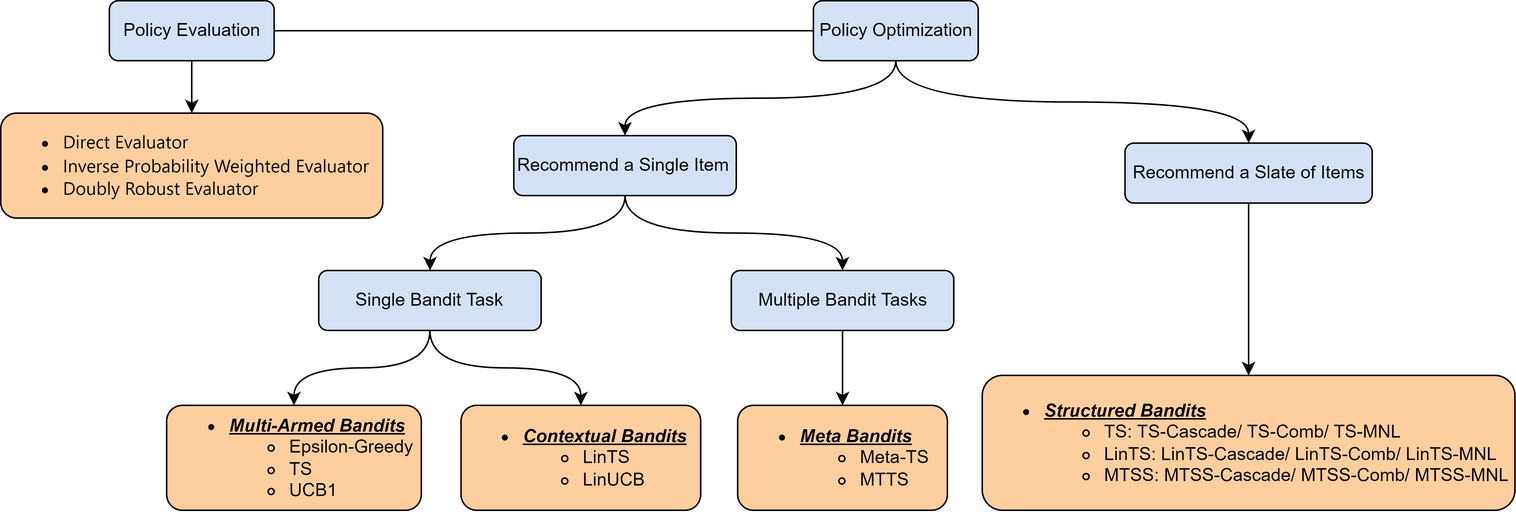
CausalDM/Causal-Decision-Making keeps this draw.io diagram as CPL_Paradigm4.png. Above is the earlier version. Source tidied: cells renumbered, new cells last; positions are measured from the earlier drawing's top-left corner, leaving out a move shared by most shapes.
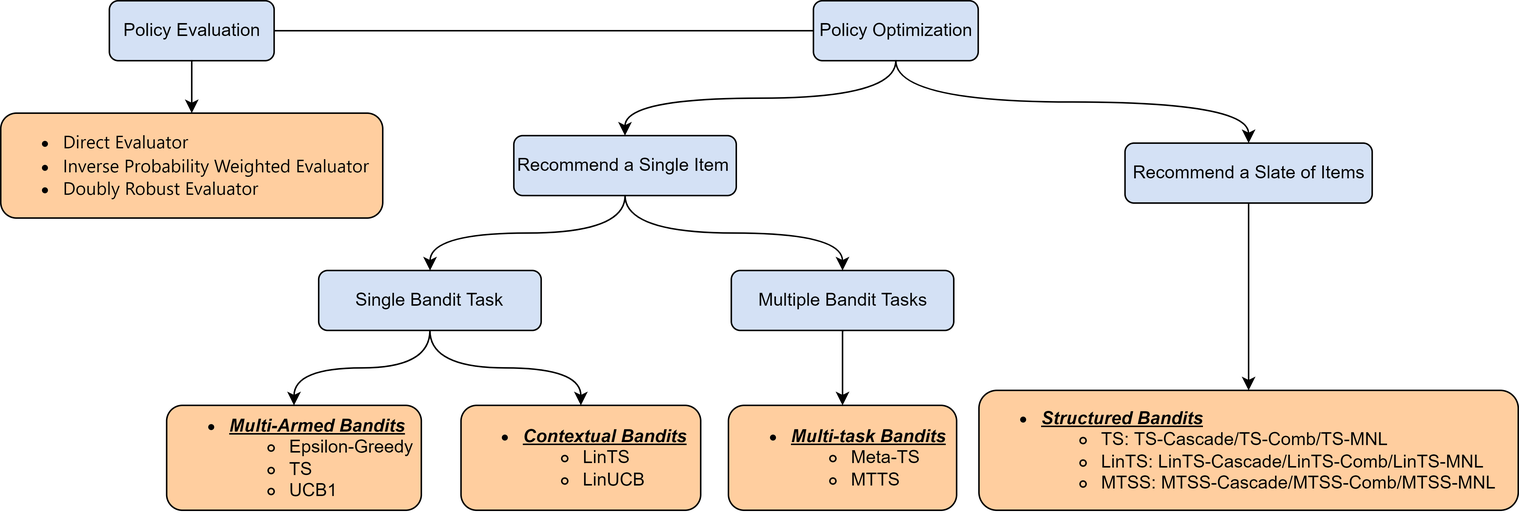
The same file after the commit.

Commit message:
meta bandit to multi-task bandits

Change to the diagram source:
```diff
@@ -56,14 +56,14 @@
     <mxCell id="19" style="edgeStyle=orthogonalEdgeStyle;curved=1;rounded=0;jettySize=auto;html=1;entryX=0.5;entryY=0;entryDx=0;entryDy=0;exitX=0.5;exitY=1;exitDx=0;exitDy=0;" parent="1" edge="1" source="21" target="20">
       <mxGeometry relative="1" as="geometry" />
     </mxCell>
-    <mxCell id="20" value="&lt;ul&gt;&lt;li&gt;&lt;i style=&quot;border-color: var(--border-color); text-align: center;&quot;&gt;&lt;b style=&quot;border-color: var(--border-color);&quot;&gt;&lt;u style=&quot;border-color: var(--border-color);&quot;&gt;Meta Bandits&lt;/u&gt;&lt;/b&gt;&lt;/i&gt;&lt;br&gt;&lt;/li&gt;&lt;ul&gt;&lt;li&gt;Meta-TS&lt;/li&gt;&lt;li&gt;MTTS&lt;/li&gt;&lt;/ul&gt;&lt;/ul&gt;" style="whiteSpace=wrap;html=1;fillColor=#FFCE9F;strokeColor=#000000;rounded=1;labelBackgroundColor=none;align=left;" parent="1" vertex="1">
-      <mxGeometry x="491.9" y="270" width="140" height="70" as="geometry" />
+    <mxCell id="20" value="&lt;ul&gt;&lt;li&gt;&lt;i style=&quot;border-color: var(--border-color); text-align: center;&quot;&gt;&lt;b style=&quot;border-color: var(--border-color);&quot;&gt;&lt;u style=&quot;border-color: var(--border-color);&quot;&gt;Multi-task Bandits&lt;/u&gt;&lt;/b&gt;&lt;/i&gt;&lt;br&gt;&lt;/li&gt;&lt;ul&gt;&lt;li&gt;Meta-TS&lt;/li&gt;&lt;li&gt;MTTS&lt;/li&gt;&lt;/ul&gt;&lt;/ul&gt;" style="whiteSpace=wrap;html=1;fillColor=#FFCE9F;strokeColor=#000000;rounded=1;labelBackgroundColor=none;align=left;" parent="1" vertex="1">
+      <mxGeometry x="485.8" y="270" width="152.3" height="70" as="geometry" />
     </mxCell>
     <mxCell id="21" value="Multiple Bandit Tasks" style="rounded=1;whiteSpace=wrap;html=1;fillColor=#D4E1F5;labelBackgroundColor=none;strokeColor=#000000;" parent="1" vertex="1">
       <mxGeometry x="487.7" y="180" width="148.5" height="40" as="geometry" />
     </mxCell>
-    <mxCell id="22" value="&lt;ul&gt;&lt;li&gt;&lt;i style=&quot;border-color: var(--border-color); text-align: center;&quot;&gt;&lt;b style=&quot;border-color: var(--border-color);&quot;&gt;&lt;u style=&quot;border-color: var(--border-color);&quot;&gt;Structured Bandits&lt;/u&gt;&lt;/b&gt;&lt;/i&gt;&lt;br&gt;&lt;/li&gt;&lt;ul&gt;&lt;li&gt;TS: TS-Cascade/ TS-Comb/ TS-MNL&lt;/li&gt;&lt;li&gt;LinTS: LinTS-Cascade/ LinTS-Comb/ LinTS-MNL&lt;/li&gt;&lt;li&gt;MTSS: MTSS-Cascade/ MTSS-Comb/ MTSS-MNL&lt;/li&gt;&lt;/ul&gt;&lt;/ul&gt;" style="whiteSpace=wrap;html=1;fillColor=#FFCE9F;strokeColor=#000000;rounded=1;labelBackgroundColor=none;align=left;" parent="1" vertex="1">
-      <mxGeometry x="655.2" y="250" width="355.6" height="90" as="geometry" />
+    <mxCell id="22" value="&lt;ul&gt;&lt;li&gt;&lt;i style=&quot;border-color: var(--border-color); text-align: center;&quot;&gt;&lt;b style=&quot;border-color: var(--border-color);&quot;&gt;&lt;u style=&quot;border-color: var(--border-color);&quot;&gt;Structured Bandits&lt;/u&gt;&lt;/b&gt;&lt;/i&gt;&lt;br&gt;&lt;/li&gt;&lt;ul&gt;&lt;li&gt;TS: TS-Cascade/TS-Comb/TS-MNL&lt;/li&gt;&lt;li&gt;LinTS: LinTS-Cascade/LinTS-Comb/LinTS-MNL&lt;/li&gt;&lt;li&gt;MTSS: MTSS-Cascade/MTSS-Comb/MTSS-MNL&lt;/li&gt;&lt;/ul&gt;&lt;/ul&gt;" style="whiteSpace=wrap;html=1;fillColor=#FFCE9F;strokeColor=#000000;rounded=1;labelBackgroundColor=none;align=left;" parent="1" vertex="1">
+      <mxGeometry x="653" y="260" width="360" height="80" as="geometry" />
     </mxCell>
   </root>
 </mxGraphModel>
```
